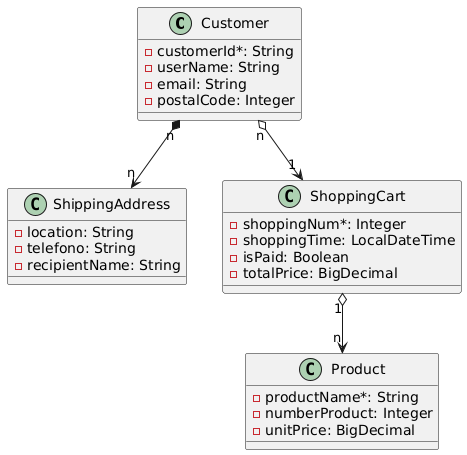
Above: docs/E-commerce-platform.model.png in miw-upm/apaw-practice (PlantUML), before the change.
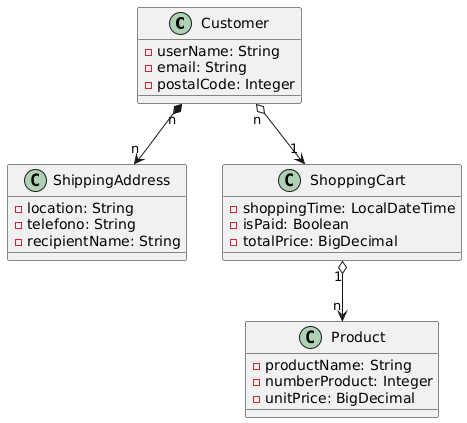
The same diagram one commit later.

Diff of the diagram source:
```diff
@@ -1,6 +1,5 @@
 @startuml
 class Customer {
-    - customerId*: String
     - userName: String
     - email: String
     - postalCode: Integer
@@ -13,13 +12,12 @@
 }
 
 class Product {
-    - productName*: String
+    - productName: String
     - numberProduct: Integer
     - unitPrice: BigDecimal
 }
 
 class ShoppingCart {
-    - shoppingNum*: Integer
     - shoppingTime: LocalDateTime
     - isPaid: Boolean
     - totalPrice: BigDecimal
```
